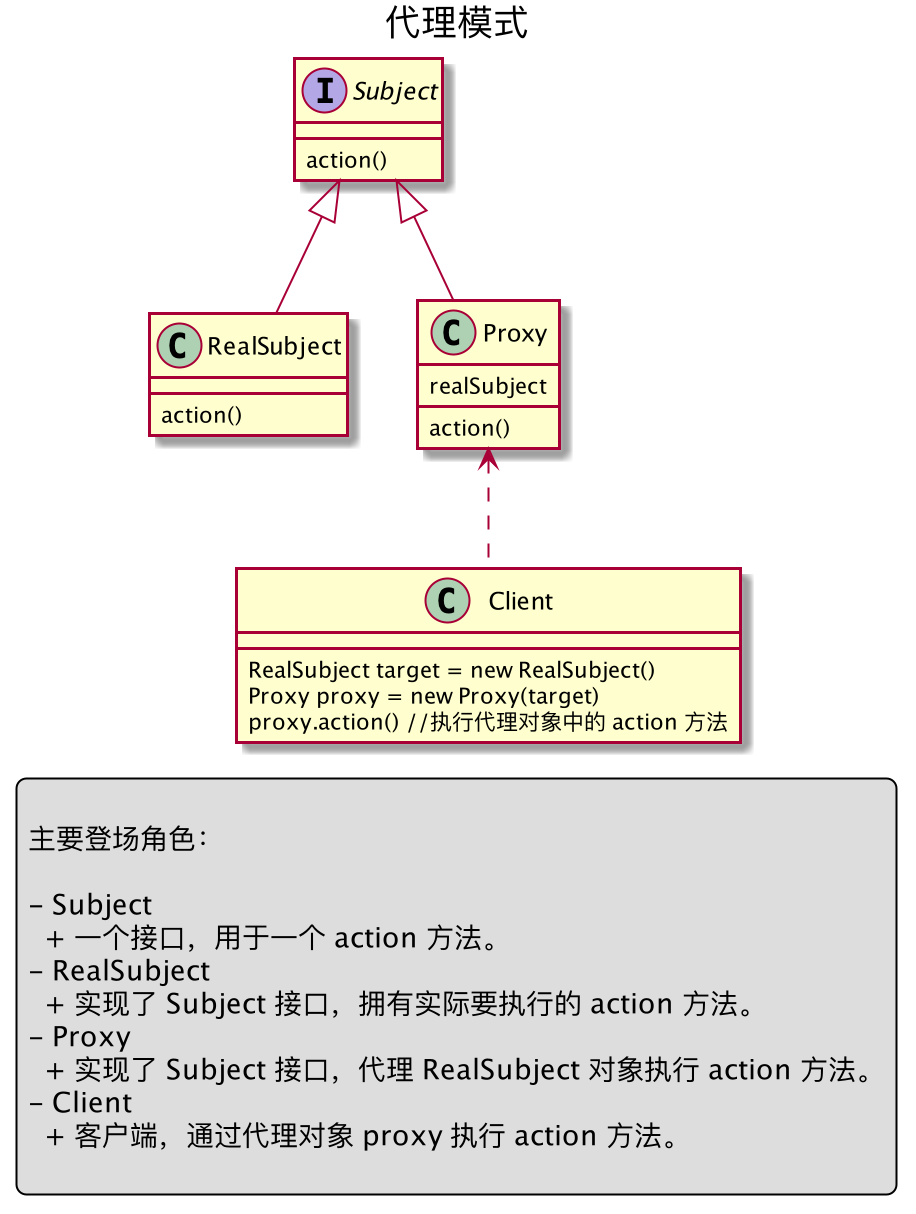
Before: img/hufei/202107/static-proxy.png, a diagram exported from PlantUML (huminxicn/hufei.github.io).
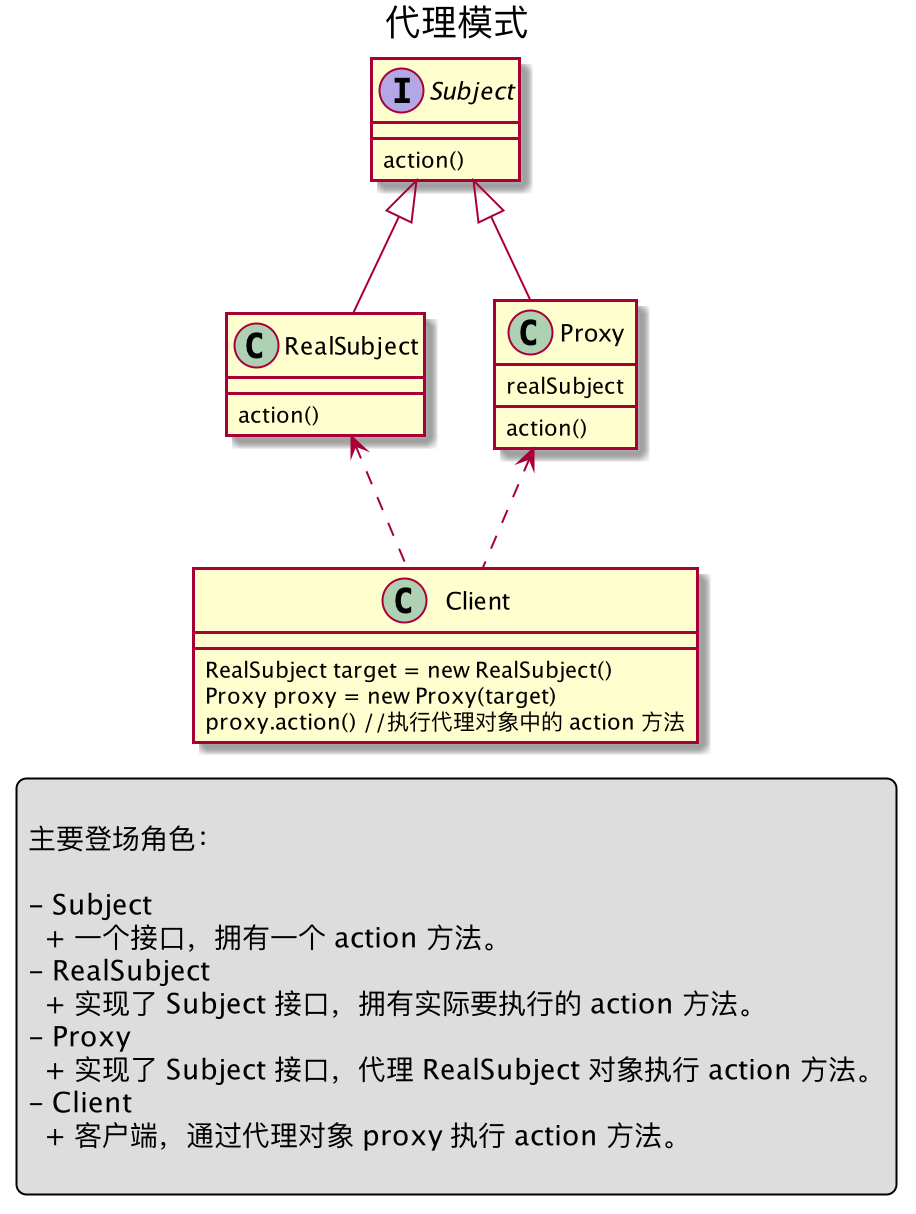
The same file after the commit.

Diff of the diagram source:
```diff
@@ -10,6 +10,7 @@
 Subject <|-- Proxy
 Subject <|-- RealSubject
 Proxy <.. Client
+RealSubject <.. Client
 
 
 Subject : action()
@@ -26,7 +27,7 @@
 主要登场角色：
 
 - Subject
-  + 一个接口，用于一个 action 方法。
+  + 一个接口，拥有一个 action 方法。
 - RealSubject
   + 实现了 Subject 接口，拥有实际要执行的 action 方法。
 - Proxy
```
